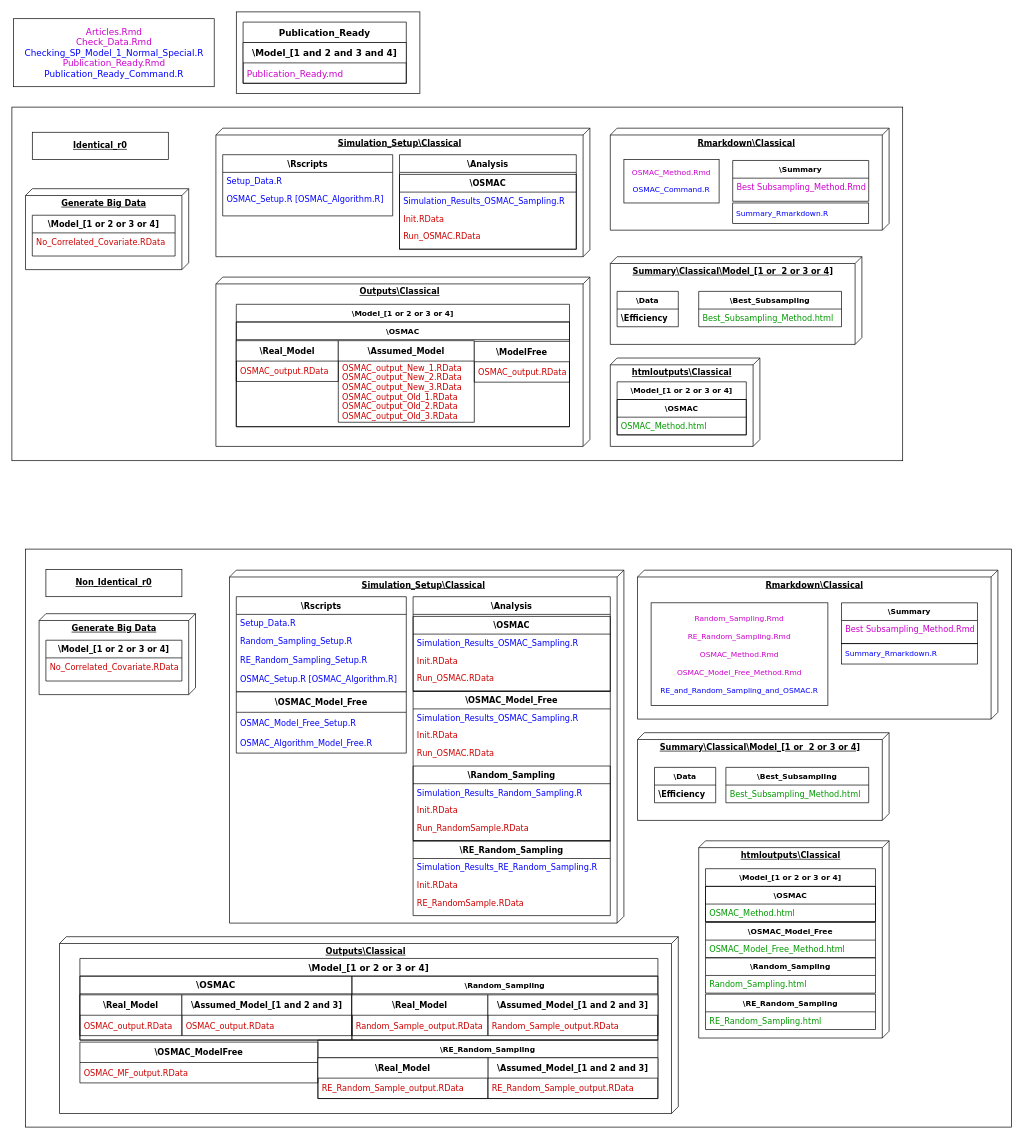
Above: Images/FullDiagram.drawio in Amalan-ConStat/RS_OS_MROS_LR_Two_Var_Normal_Alpha (draw.io), before the change. Source tidied: cells renumbered, new cells numbered last; positions are measured from the earlier drawing's top-left corner, leaving out a move shared by most shapes. Both pictures are drawn from the tidied source at 68%, with x=0, y=0 at pixel (12, 12).
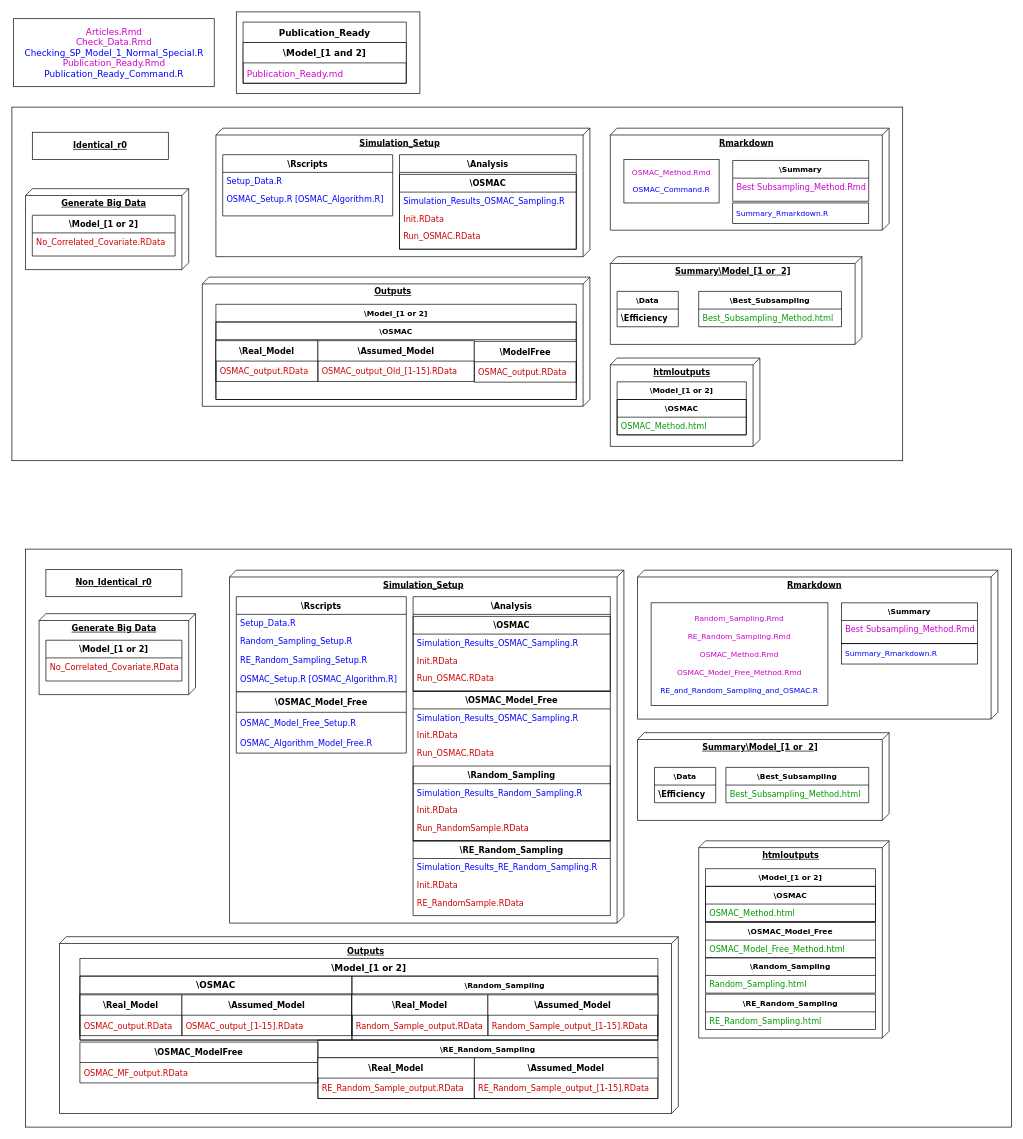
The same diagram, later.

The change refers to these unchanged cells:
```xml
<mxCell id="109" value="Publication_Ready" style="swimlane;fontStyle=1;horizontal=1;startSize=30;fontFamily=Verdana;fontSize=13;fontColor=#000000;" parent="1" vertex="1">
  <mxGeometry x="340" y="15" width="240" height="90" as="geometry" />
</mxCell>
```

Change to the diagram source:
```diff
@@
-    <mxCell id="6" value="htmloutputs\Classical&lt;br&gt;&lt;br&gt;" style="verticalAlign=top;align=center;spacingTop=8;spacingLeft=2;spacingRight=12;shape=cube;size=10;direction=south;fontStyle=5;html=1;rounded=0;shadow=0;comic=0;labelBackgroundColor=none;strokeWidth=1;fontFamily=Verdana;fontSize=12;" parent="1" vertex="1">
+    <mxCell id="6" value="htmloutputs&lt;br&gt;" style="verticalAlign=top;align=center;spacingTop=8;spacingLeft=2;spacingRight=12;shape=cube;size=10;direction=south;fontStyle=5;html=1;rounded=0;shadow=0;comic=0;labelBackgroundColor=none;strokeWidth=1;fontFamily=Verdana;fontSize=12;" parent="1" vertex="1">
       <mxGeometry x="880" y="509" width="220" height="130" as="geometry" />
     </mxCell>
-    <mxCell id="7" value="Outputs\Classical" style="verticalAlign=top;align=center;spacingTop=8;spacingLeft=2;spacingRight=12;shape=cube;size=10;direction=south;fontStyle=5;html=1;rounded=0;shadow=0;comic=0;labelBackgroundColor=none;strokeWidth=1;fontFamily=Verdana;fontSize=12;" parent="1" vertex="1">
-      <mxGeometry x="300" y="390" width="550" height="249" as="geometry" />
+    <mxCell id="7" value="Outputs" style="verticalAlign=top;align=center;spacingTop=8;spacingLeft=2;spacingRight=12;shape=cube;size=10;direction=south;fontStyle=5;html=1;rounded=0;shadow=0;comic=0;labelBackgroundColor=none;strokeWidth=1;fontFamily=Verdana;fontSize=12;" parent="1" vertex="1">
+      <mxGeometry x="280" y="390" width="570" height="190" as="geometry" />
     </mxCell>
-    <mxCell id="8" value="&lt;b&gt;Rmarkdown\Classical&lt;/b&gt;" style="verticalAlign=top;align=center;spacingTop=8;spacingLeft=2;spacingRight=12;shape=cube;size=10;direction=south;fontStyle=4;html=1;rounded=0;shadow=0;comic=0;labelBackgroundColor=none;strokeWidth=1;fontFamily=Verdana;fontSize=12;" parent="1" vertex="1">
+    <mxCell id="8" value="&lt;b&gt;Rmarkdown&lt;/b&gt;" style="verticalAlign=top;align=center;spacingTop=8;spacingLeft=2;spacingRight=12;shape=cube;size=10;direction=south;fontStyle=4;html=1;rounded=0;shadow=0;comic=0;labelBackgroundColor=none;strokeWidth=1;fontFamily=Verdana;fontSize=12;" parent="1" vertex="1">
       <mxGeometry x="880" y="171" width="410" height="150" as="geometry" />
     </mxCell>
-    <mxCell id="9" value="Simulation_Setup\Classical" style="verticalAlign=top;align=center;spacingTop=8;spacingLeft=2;spacingRight=12;shape=cube;size=10;direction=south;fontStyle=5;html=1;rounded=0;shadow=0;comic=0;labelBackgroundColor=none;strokeWidth=1;fontFamily=Verdana;fontSize=12;" parent="1" vertex="1">
+    <mxCell id="9" value="Simulation_Setup" style="verticalAlign=top;align=center;spacingTop=8;spacingLeft=2;spacingRight=12;shape=cube;size=10;direction=south;fontStyle=5;html=1;rounded=0;shadow=0;comic=0;labelBackgroundColor=none;strokeWidth=1;fontFamily=Verdana;fontSize=12;" parent="1" vertex="1">
       <mxGeometry x="300" y="171" width="550" height="189" as="geometry" />
     </mxCell>
-    <mxCell id="10" value="&lt;b&gt;Summary\Classical\Model_[1 or&amp;nbsp; 2 or 3 or 4]&lt;/b&gt;" style="verticalAlign=top;align=center;spacingTop=8;spacingLeft=2;spacingRight=12;shape=cube;size=10;direction=south;fontStyle=4;html=1;rounded=0;shadow=0;comic=0;labelBackgroundColor=none;strokeWidth=1;fontFamily=Verdana;fontSize=12;" parent="1" vertex="1">
+    <mxCell id="10" value="&lt;b&gt;Summary\Model_[1 or&amp;nbsp; 2]&lt;/b&gt;" style="verticalAlign=top;align=center;spacingTop=8;spacingLeft=2;spacingRight=12;shape=cube;size=10;direction=south;fontStyle=4;html=1;rounded=0;shadow=0;comic=0;labelBackgroundColor=none;strokeWidth=1;fontFamily=Verdana;fontSize=12;" parent="1" vertex="1">
       <mxGeometry x="880" y="360" width="370" height="129" as="geometry" />
     </mxCell>
-    <mxCell id="11" value="\Model_[1 or 2 or 3 or 4]" style="swimlane;fontStyle=1;horizontal=1;startSize=26;fontFamily=Verdana;" parent="1" vertex="1">
+    <mxCell id="11" value="\Model_[1 or 2]" style="swimlane;fontStyle=1;horizontal=1;startSize=26;fontFamily=Verdana;" parent="1" vertex="1">
       <mxGeometry x="30" y="299" width="210" height="60" as="geometry" />
     </mxCell>
@@
-    <mxCell id="17" value="\Model_[1 or 2 or 3 or 4]" style="swimlane;fontStyle=1;horizontal=1;startSize=26;fontSize=11;strokeColor=#000000;fillColor=none;align=center;html=0;fontFamily=Verdana;" parent="1" vertex="1">
-      <mxGeometry x="330" y="430" width="490" height="180" as="geometry" />
+    <mxCell id="17" value="\Model_[1 or 2]" style="swimlane;fontStyle=1;horizontal=1;startSize=26;fontSize=11;strokeColor=#000000;fillColor=none;align=center;html=0;fontFamily=Verdana;" parent="1" vertex="1">
+      <mxGeometry x="300" y="430" width="530" height="140" as="geometry" />
     </mxCell>
     <mxCell id="18" value="\OSMAC" style="swimlane;fontStyle=1;horizontal=1;startSize=26;fontSize=11;strokeColor=#000000;fillColor=none;align=center;html=0;fontFamily=Verdana;" parent="17" vertex="1">
-      <mxGeometry y="26" width="490" height="154" as="geometry" />
+      <mxGeometry y="26" width="530" height="114" as="geometry" />
     </mxCell>
@@
-    <mxCell id="23" value="\Model_[1 or 2 or 3 or 4]" style="swimlane;fontStyle=1;horizontal=1;startSize=26;fontSize=11;strokeColor=#000000;fillColor=none;align=center;html=0;fontFamily=Verdana;" parent="1" vertex="1">
+    <mxCell id="23" value="\Model_[1 or 2]" style="swimlane;fontStyle=1;horizontal=1;startSize=26;fontSize=11;strokeColor=#000000;fillColor=none;align=center;html=0;fontFamily=Verdana;" parent="1" vertex="1">
       <mxGeometry x="890" y="544" width="190" height="78" as="geometry" />
     </mxCell>
@@
     <mxCell id="35" value="\Real_Model" style="swimlane;fontStyle=1;horizontal=1;startSize=30;fontColor=#000000;fontFamily=Verdana;" parent="1" vertex="1">
-      <mxGeometry x="330" y="483.5" width="150" height="60" as="geometry" />
+      <mxGeometry x="300" y="483.5" width="150" height="60" as="geometry" />
     </mxCell>
@@
     <mxCell id="37" value="\Assumed_Model" style="swimlane;fontStyle=1;horizontal=1;startSize=30;fontColor=#000000;fontFamily=Verdana;" parent="1" vertex="1">
-      <mxGeometry x="480" y="483.5" width="200" height="120" as="geometry" />
+      <mxGeometry x="450" y="483.5" width="230" height="60" as="geometry" />
     </mxCell>
-    <mxCell id="38" value="OSMAC_output_New_1.RData&#10;OSMAC_output_New_2.RData&#10;OSMAC_output_New_3.RData&#10;OSMAC_output_Old_1.RData&#10;OSMAC_output_Old_2.RData&#10;OSMAC_output_Old_3.RData" style="text;strokeColor=none;fillColor=none;align=left;verticalAlign=middle;spacingLeft=4;spacingRight=4;overflow=hidden;fontColor=#CC0000;fontFamily=Verdana;" parent="37" vertex="1">
-      <mxGeometry y="30" width="200" height="90" as="geometry" />
+    <mxCell id="38" value="OSMAC_output_Old_[1-15].RData" style="text;strokeColor=none;fillColor=none;align=left;verticalAlign=middle;spacingLeft=4;spacingRight=4;overflow=hidden;fontColor=#CC0000;fontFamily=Verdana;" parent="37" vertex="1">
+      <mxGeometry y="30" width="230" height="30" as="geometry" />
     </mxCell>
     <mxCell id="39" value="\ModelFree" style="swimlane;fontStyle=1;horizontal=1;startSize=30;fontColor=#000000;fontFamily=Verdana;" parent="1" vertex="1">
-      <mxGeometry x="680" y="484.5" width="140" height="60" as="geometry" />
+      <mxGeometry x="680" y="484.5" width="150" height="60" as="geometry" />
     </mxCell>
     <mxCell id="40" value="OSMAC_output.RData" style="text;strokeColor=none;fillColor=none;align=left;verticalAlign=middle;spacingLeft=4;spacingRight=4;overflow=hidden;fontColor=#CC0000;fontFamily=Verdana;" parent="39" vertex="1">
-      <mxGeometry y="30" width="140" height="30" as="geometry" />
+      <mxGeometry y="30" width="150" height="30" as="geometry" />
     </mxCell>
@@
-    <mxCell id="42" value="htmloutputs\Classical&lt;br&gt;&lt;br&gt;" style="verticalAlign=top;align=center;spacingTop=8;spacingLeft=2;spacingRight=12;shape=cube;size=10;direction=south;fontStyle=5;html=1;rounded=0;shadow=0;comic=0;labelBackgroundColor=none;strokeWidth=1;fontFamily=Verdana;fontSize=12;" parent="1" vertex="1">
+    <mxCell id="42" value="htmloutputs&lt;br&gt;" style="verticalAlign=top;align=center;spacingTop=8;spacingLeft=2;spacingRight=12;shape=cube;size=10;direction=south;fontStyle=5;html=1;rounded=0;shadow=0;comic=0;labelBackgroundColor=none;strokeWidth=1;fontFamily=Verdana;fontSize=12;" parent="1" vertex="1">
       <mxGeometry x="1010" y="1219" width="280" height="290" as="geometry" />
     </mxCell>
-    <mxCell id="43" value="Outputs\Classical" style="verticalAlign=top;align=center;spacingTop=8;spacingLeft=2;spacingRight=12;shape=cube;size=10;direction=south;fontStyle=5;html=1;rounded=0;shadow=0;comic=0;labelBackgroundColor=none;strokeWidth=1;fontFamily=Verdana;fontSize=12;" parent="1" vertex="1">
+    <mxCell id="43" value="Outputs" style="verticalAlign=top;align=center;spacingTop=8;spacingLeft=2;spacingRight=12;shape=cube;size=10;direction=south;fontStyle=5;html=1;rounded=0;shadow=0;comic=0;labelBackgroundColor=none;strokeWidth=1;fontFamily=Verdana;fontSize=12;" parent="1" vertex="1">
       <mxGeometry x="70" y="1360" width="910" height="260" as="geometry" />
     </mxCell>
-    <mxCell id="44" value="&lt;b&gt;Rmarkdown\Classical&lt;/b&gt;" style="verticalAlign=top;align=center;spacingTop=8;spacingLeft=2;spacingRight=12;shape=cube;size=10;direction=south;fontStyle=4;html=1;rounded=0;shadow=0;comic=0;labelBackgroundColor=none;strokeWidth=1;fontFamily=Verdana;fontSize=12;" parent="1" vertex="1">
+    <mxCell id="44" value="&lt;b&gt;Rmarkdown&lt;/b&gt;" style="verticalAlign=top;align=center;spacingTop=8;spacingLeft=2;spacingRight=12;shape=cube;size=10;direction=south;fontStyle=4;html=1;rounded=0;shadow=0;comic=0;labelBackgroundColor=none;strokeWidth=1;fontFamily=Verdana;fontSize=12;" parent="1" vertex="1">
       <mxGeometry x="920" y="821" width="530" height="219" as="geometry" />
     </mxCell>
-    <mxCell id="45" value="Simulation_Setup\Classical" style="verticalAlign=top;align=center;spacingTop=8;spacingLeft=2;spacingRight=12;shape=cube;size=10;direction=south;fontStyle=5;html=1;rounded=0;shadow=0;comic=0;labelBackgroundColor=none;strokeWidth=1;fontFamily=Verdana;fontSize=12;" parent="1" vertex="1">
+    <mxCell id="45" value="Simulation_Setup" style="verticalAlign=top;align=center;spacingTop=8;spacingLeft=2;spacingRight=12;shape=cube;size=10;direction=south;fontStyle=5;html=1;rounded=0;shadow=0;comic=0;labelBackgroundColor=none;strokeWidth=1;fontFamily=Verdana;fontSize=12;" parent="1" vertex="1">
       <mxGeometry x="320" y="821" width="580" height="519" as="geometry" />
     </mxCell>
-    <mxCell id="46" value="&lt;b&gt;Summary\Classical\Model_[1 or&amp;nbsp; 2 or 3 or 4]&lt;/b&gt;" style="verticalAlign=top;align=center;spacingTop=8;spacingLeft=2;spacingRight=12;shape=cube;size=10;direction=south;fontStyle=4;html=1;rounded=0;shadow=0;comic=0;labelBackgroundColor=none;strokeWidth=1;fontFamily=Verdana;fontSize=12;" parent="1" vertex="1">
+    <mxCell id="46" value="&lt;b&gt;Summary\Model_[1 or&amp;nbsp; 2]&lt;/b&gt;" style="verticalAlign=top;align=center;spacingTop=8;spacingLeft=2;spacingRight=12;shape=cube;size=10;direction=south;fontStyle=4;html=1;rounded=0;shadow=0;comic=0;labelBackgroundColor=none;strokeWidth=1;fontFamily=Verdana;fontSize=12;" parent="1" vertex="1">
       <mxGeometry x="920" y="1060" width="370" height="129" as="geometry" />
     </mxCell>
-    <mxCell id="47" value="\Model_[1 or 2 or 3 or 4]" style="swimlane;fontStyle=1;horizontal=1;startSize=26;fontFamily=Verdana;" parent="1" vertex="1">
+    <mxCell id="47" value="\Model_[1 or 2]" style="swimlane;fontStyle=1;horizontal=1;startSize=26;fontFamily=Verdana;" parent="1" vertex="1">
       <mxGeometry x="50" y="924" width="200" height="60" as="geometry" />
     </mxCell>
@@
-    <mxCell id="53" value="\Model_[1 or 2 or 3 or 4]" style="swimlane;fontStyle=1;horizontal=1;startSize=26;fontSize=13;strokeColor=#000000;fillColor=none;align=center;html=0;fontFamily=Verdana;" parent="1" vertex="1">
+    <mxCell id="53" value="\Model_[1 or 2]" style="swimlane;fontStyle=1;horizontal=1;startSize=26;fontSize=13;strokeColor=#000000;fillColor=none;align=center;html=0;fontFamily=Verdana;" parent="1" vertex="1">
       <mxGeometry x="100" y="1392" width="850" height="120" as="geometry" />
     </mxCell>
@@
-    <mxCell id="58" value="\Model_[1 or 2 or 3 or 4]" style="swimlane;fontStyle=1;horizontal=1;startSize=26;fontSize=11;strokeColor=#000000;fillColor=none;align=center;html=0;fontFamily=Verdana;" parent="1" vertex="1">
+    <mxCell id="58" value="\Model_[1 or 2]" style="swimlane;fontStyle=1;horizontal=1;startSize=26;fontSize=11;strokeColor=#000000;fillColor=none;align=center;html=0;fontFamily=Verdana;" parent="1" vertex="1">
       <mxGeometry x="1020" y="1260" width="250" height="78" as="geometry" />
     </mxCell>
@@
-    <mxCell id="72" value="\Assumed_Model_[1 and 2 and 3]" style="swimlane;fontStyle=1;horizontal=1;startSize=30;fontColor=#000000;fontFamily=Verdana;" parent="1" vertex="1">
+    <mxCell id="72" value="\Assumed_Model" style="swimlane;fontStyle=1;horizontal=1;startSize=30;fontColor=#000000;fontFamily=Verdana;" parent="1" vertex="1">
       <mxGeometry x="250" y="1445.5" width="250" height="60" as="geometry" />
     </mxCell>
-    <mxCell id="73" value="OSMAC_output.RData" style="text;strokeColor=none;fillColor=none;align=left;verticalAlign=middle;spacingLeft=4;spacingRight=4;overflow=hidden;fontColor=#CC0000;fontFamily=Verdana;" parent="72" vertex="1">
+    <mxCell id="73" value="OSMAC_output_[1-15].RData" style="text;strokeColor=none;fillColor=none;align=left;verticalAlign=middle;spacingLeft=4;spacingRight=4;overflow=hidden;fontColor=#CC0000;fontFamily=Verdana;" parent="72" vertex="1">
       <mxGeometry y="30" width="250" height="30" as="geometry" />
     </mxCell>
@@
-    <mxCell id="95" value="\Assumed_Model_[1 and 2 and 3]" style="swimlane;fontStyle=1;horizontal=1;startSize=30;fontColor=#000000;fontFamily=Verdana;" parent="1" vertex="1">
+    <mxCell id="95" value="\Assumed_Model" style="swimlane;fontStyle=1;horizontal=1;startSize=30;fontColor=#000000;fontFamily=Verdana;" parent="1" vertex="1">
       <mxGeometry x="700" y="1445.5" width="250" height="60" as="geometry" />
     </mxCell>
-    <mxCell id="96" value="Random_Sample_output.RData" style="text;strokeColor=none;fillColor=none;align=left;verticalAlign=middle;spacingLeft=4;spacingRight=4;overflow=hidden;fontColor=#CC0000;fontFamily=Verdana;" parent="95" vertex="1">
+    <mxCell id="96" value="Random_Sample_output_[1-15].RData" style="text;strokeColor=none;fillColor=none;align=left;verticalAlign=middle;spacingLeft=4;spacingRight=4;overflow=hidden;fontColor=#CC0000;fontFamily=Verdana;" parent="95" vertex="1">
       <mxGeometry y="30" width="250" height="30" as="geometry" />
     </mxCell>
@@
-    <mxCell id="98" value="\Assumed_Model_[1 and 2 and 3]" style="swimlane;fontStyle=1;horizontal=1;startSize=30;fontColor=#000000;fontFamily=Verdana;" parent="1" vertex="1">
-      <mxGeometry x="700" y="1538" width="250" height="60" as="geometry" />
+    <mxCell id="98" value="\Assumed_Model" style="swimlane;fontStyle=1;horizontal=1;startSize=30;fontColor=#000000;fontFamily=Verdana;" parent="1" vertex="1">
+      <mxGeometry x="680" y="1538" width="270" height="60" as="geometry" />
     </mxCell>
-    <mxCell id="99" value="RE_Random_Sample_output.RData" style="text;strokeColor=none;fillColor=none;align=left;verticalAlign=middle;spacingLeft=4;spacingRight=4;overflow=hidden;fontColor=#CC0000;fontFamily=Verdana;" parent="98" vertex="1">
-      <mxGeometry y="30" width="250" height="30" as="geometry" />
+    <mxCell id="99" value="RE_Random_Sample_output_[1-15].RData" style="text;strokeColor=none;fillColor=none;align=left;verticalAlign=middle;spacingLeft=4;spacingRight=4;overflow=hidden;fontColor=#CC0000;fontFamily=Verdana;" parent="98" vertex="1">
+      <mxGeometry y="30" width="270" height="30" as="geometry" />
     </mxCell>
     <mxCell id="100" value="\Real_Model" style="swimlane;fontStyle=1;horizontal=1;startSize=30;fontColor=#000000;fontFamily=Verdana;" parent="1" vertex="1">
-      <mxGeometry x="450" y="1538" width="250" height="60" as="geometry" />
+      <mxGeometry x="450" y="1538" width="230" height="60" as="geometry" />
     </mxCell>
     <mxCell id="101" value="RE_Random_Sample_output.RData" style="text;strokeColor=none;fillColor=none;align=left;verticalAlign=middle;spacingLeft=4;spacingRight=4;overflow=hidden;fontColor=#CC0000;fontFamily=Verdana;" parent="100" vertex="1">
-      <mxGeometry y="30" width="250" height="30" as="geometry" />
+      <mxGeometry y="30" width="230" height="30" as="geometry" />
     </mxCell>
@@
-    <mxCell id="110" value="\Model_[1 and 2 and 3 and 4]" style="swimlane;fontStyle=1;horizontal=1;startSize=30;fontFamily=Verdana;fontSize=13;fontColor=#000000;" parent="109" vertex="1">
+    <mxCell id="110" value="\Model_[1 and 2]" style="swimlane;fontStyle=1;horizontal=1;startSize=30;fontFamily=Verdana;fontSize=13;fontColor=#000000;" parent="109" vertex="1">
       <mxGeometry y="30" width="240" height="60" as="geometry" />
     </mxCell>
```
